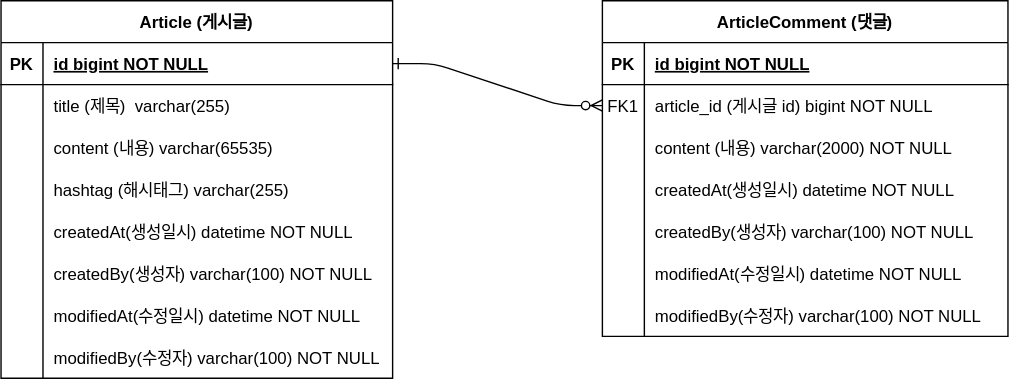
This is document/project-board-erd.svg from YangSeuljin/board-project, a draw.io export, as it was before one commit. Source tidied: cells renumbered, new cells last; positions are measured from the earlier drawing's top-left corner, leaving out a move shared by most shapes.
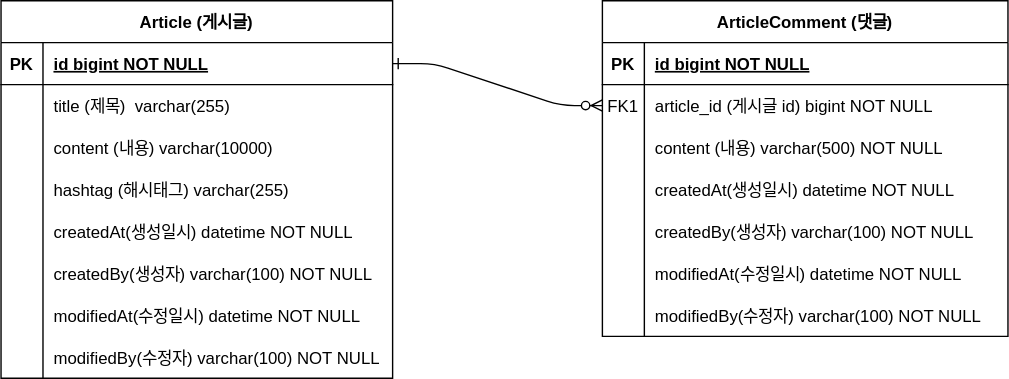
Later version of the same file.

Commit message:
#10 - erd 업데이트: content 사이즈 변경

The edit, as a diff of the source:
```diff
@@ -32,7 +32,7 @@
     <mxCell id="11" style="shape=partialRectangle;overflow=hidden;fillColor=none;top=0;left=0;bottom=0;right=0;" parent="10" vertex="1">
       <mxGeometry width="30" height="30" as="geometry" />
     </mxCell>
-    <mxCell id="12" value="content (내용) varchar(2000) NOT NULL" style="shape=partialRectangle;overflow=hidden;fillColor=none;top=0;left=0;bottom=0;right=0;align=left;spacingLeft=6;" parent="10" vertex="1">
+    <mxCell id="12" value="content (내용) varchar(500) NOT NULL" style="shape=partialRectangle;overflow=hidden;fillColor=none;top=0;left=0;bottom=0;right=0;align=left;spacingLeft=6;" parent="10" vertex="1">
       <mxGeometry x="30" width="260" height="30" as="geometry" />
     </mxCell>
     <mxCell id="13" style="shape=partialRectangle;fillColor=none;top=0;left=0;right=0;bottom=0;" parent="3" vertex="1">
@@ -98,7 +98,7 @@
     <mxCell id="33" style="shape=partialRectangle;overflow=hidden;fillColor=none;top=0;left=0;bottom=0;right=0;" parent="32" vertex="1">
       <mxGeometry width="30" height="30" as="geometry" />
     </mxCell>
-    <mxCell id="34" value="content (내용) varchar(65535)" style="shape=partialRectangle;overflow=hidden;fillColor=none;top=0;left=0;bottom=0;right=0;align=left;spacingLeft=6;" parent="32" vertex="1">
+    <mxCell id="34" value="content (내용) varchar(10000)" style="shape=partialRectangle;overflow=hidden;fillColor=none;top=0;left=0;bottom=0;right=0;align=left;spacingLeft=6;" parent="32" vertex="1">
       <mxGeometry x="30" width="250" height="30" as="geometry" />
     </mxCell>
     <mxCell id="35" style="shape=partialRectangle;fillColor=none;top=0;left=0;right=0;bottom=0;" parent="25" vertex="1">
```
